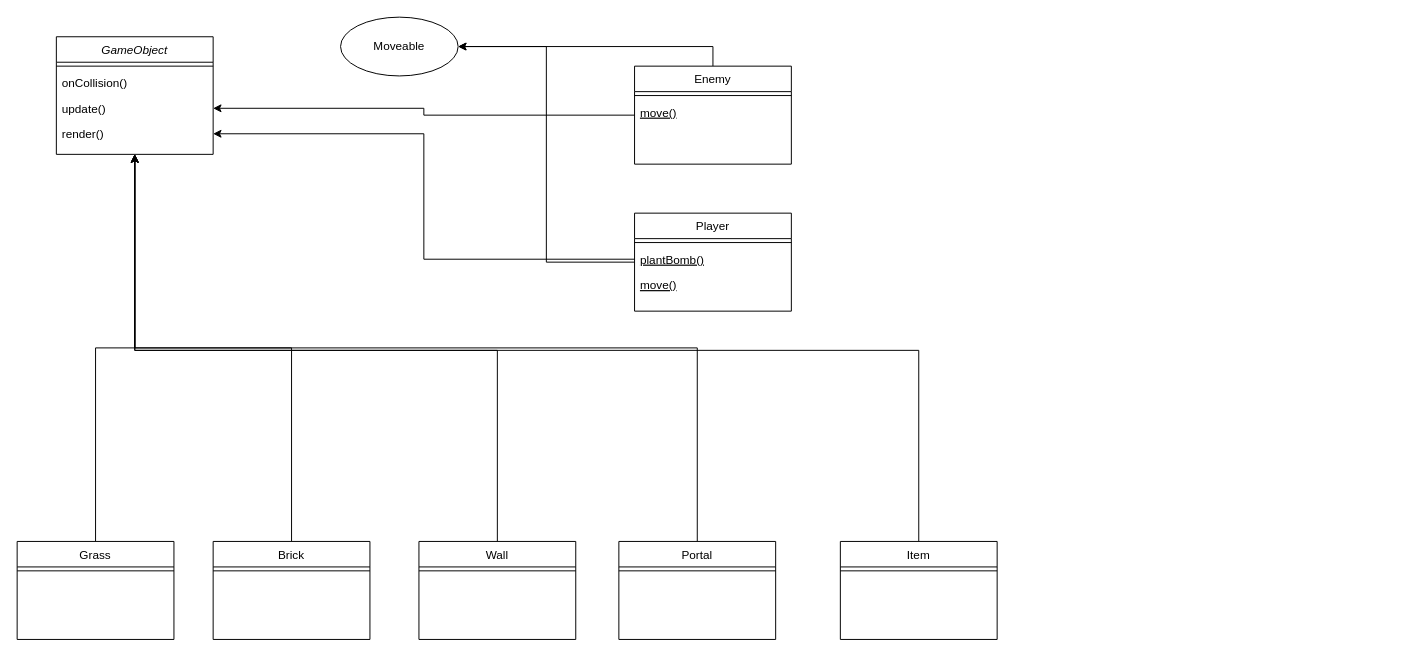
Earlier version of the draw.io diagram game.drawio (hoang1007/bomberman). Source tidied: cells renumbered, new cells numbered last; positions are measured from the earlier drawing's top-left corner, leaving out a move shared by most shapes. Both pictures are drawn from the tidied source at 98%, with x=0, y=0 at pixel (17, 17).
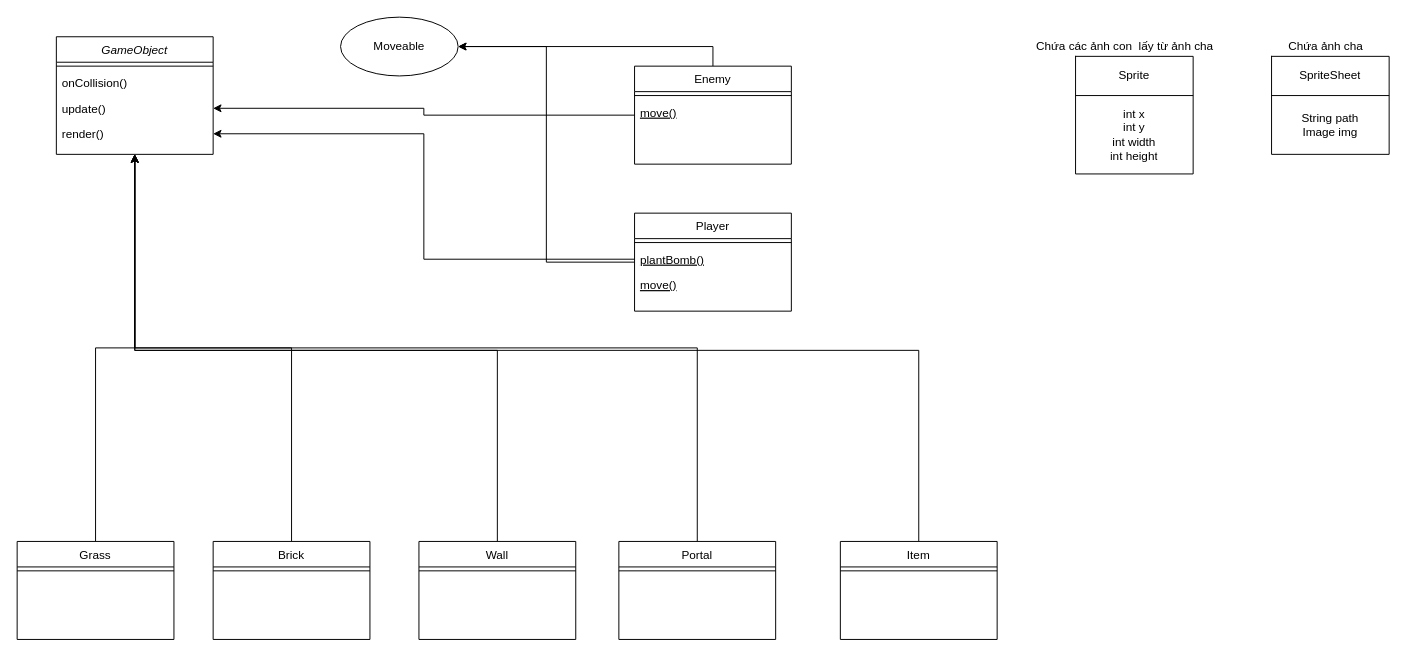
The same diagram, later.

Commit message (it also covers changes not shown here):
add Sprite and SpriteSheet

Change to the diagram source:
```diff
@@
+    <mxCell id="34" style="shape=table;startSize=0;childLayout=tableLayout;" parent="1" vertex="1">
+      <mxGeometry x="1080" y="40" width="120" height="120" as="geometry" />
+    </mxCell>
+    <mxCell id="35" style="shape=partialRectangle;fillColor=none;top=0;left=0;bottom=0;right=0;" parent="34" vertex="1">
+      <mxGeometry width="120" height="40" as="geometry" />
+    </mxCell>
+    <mxCell id="36" value="Sprite" style="shape=partialRectangle;html=1;whiteSpace=wrap;overflow=hidden;fillColor=none;top=0;left=0;bottom=0;right=0;" parent="35" vertex="1">
+      <mxGeometry width="120" height="40" as="geometry" />
+    </mxCell>
+    <mxCell id="37" style="shape=partialRectangle;fillColor=none;top=0;left=0;bottom=0;right=0;" parent="34" vertex="1">
+      <mxGeometry y="40" width="120" height="80" as="geometry" />
+    </mxCell>
+    <mxCell id="38" value="int x&lt;br&gt;int y&lt;br&gt;int width&lt;br&gt;int height&lt;br&gt;" style="shape=partialRectangle;html=1;whiteSpace=wrap;overflow=hidden;fillColor=none;top=0;left=0;bottom=0;right=0;" parent="37" vertex="1">
+      <mxGeometry width="120" height="80" as="geometry" />
+    </mxCell>
+    <mxCell id="39" style="shape=table;startSize=0;childLayout=tableLayout;" parent="1" vertex="1">
+      <mxGeometry x="1280" y="40" width="120" height="100" as="geometry" />
+    </mxCell>
+    <mxCell id="40" style="shape=partialRectangle;fillColor=none;top=0;left=0;bottom=0;right=0;" parent="39" vertex="1">
+      <mxGeometry width="120" height="40" as="geometry" />
+    </mxCell>
+    <mxCell id="41" value="SpriteSheet" style="shape=partialRectangle;html=1;whiteSpace=wrap;overflow=hidden;fillColor=none;top=0;left=0;bottom=0;right=0;" parent="40" vertex="1">
+      <mxGeometry width="120" height="40" as="geometry" />
+    </mxCell>
+    <mxCell id="42" style="shape=partialRectangle;fillColor=none;top=0;left=0;bottom=0;right=0;" parent="39" vertex="1">
+      <mxGeometry y="40" width="120" height="60" as="geometry" />
+    </mxCell>
+    <mxCell id="43" value="String path&lt;br&gt;Image img" style="shape=partialRectangle;html=1;whiteSpace=wrap;overflow=hidden;fillColor=none;top=0;left=0;bottom=0;right=0;" parent="42" vertex="1">
+      <mxGeometry width="120" height="60" as="geometry" />
+    </mxCell>
+    <mxCell id="44" value="Chứa các ảnh con&amp;nbsp; lấy từ ảnh cha" style="text;html=1;align=center;verticalAlign=middle;strokeColor=none;" parent="1" vertex="1">
+      <mxGeometry x="1030" y="20" width="200" height="20" as="geometry" />
+    </mxCell>
+    <mxCell id="45" value="Chứa ảnh cha" style="text;html=1;align=center;verticalAlign=middle;strokeColor=none;" parent="1" vertex="1">
+      <mxGeometry x="1290" y="20" width="90" height="20" as="geometry" />
+    </mxCell>
```
